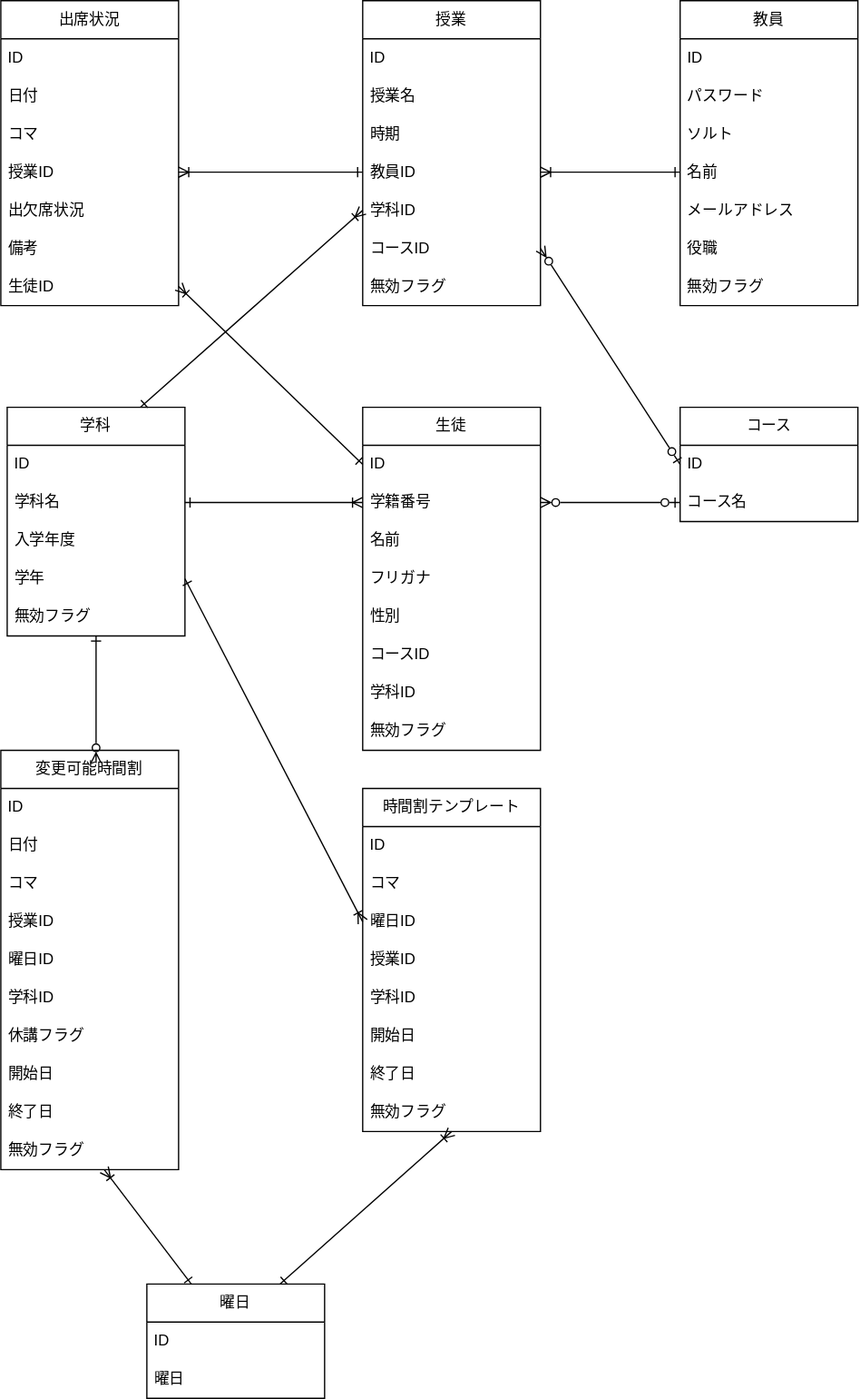
Before: データベース.drawio.svg, a diagram exported from draw.io (Raiki215/project_j). Source tidied: cells renumbered, new cells last; positions are measured from the earlier drawing's top-left corner, leaving out a move shared by most shapes.
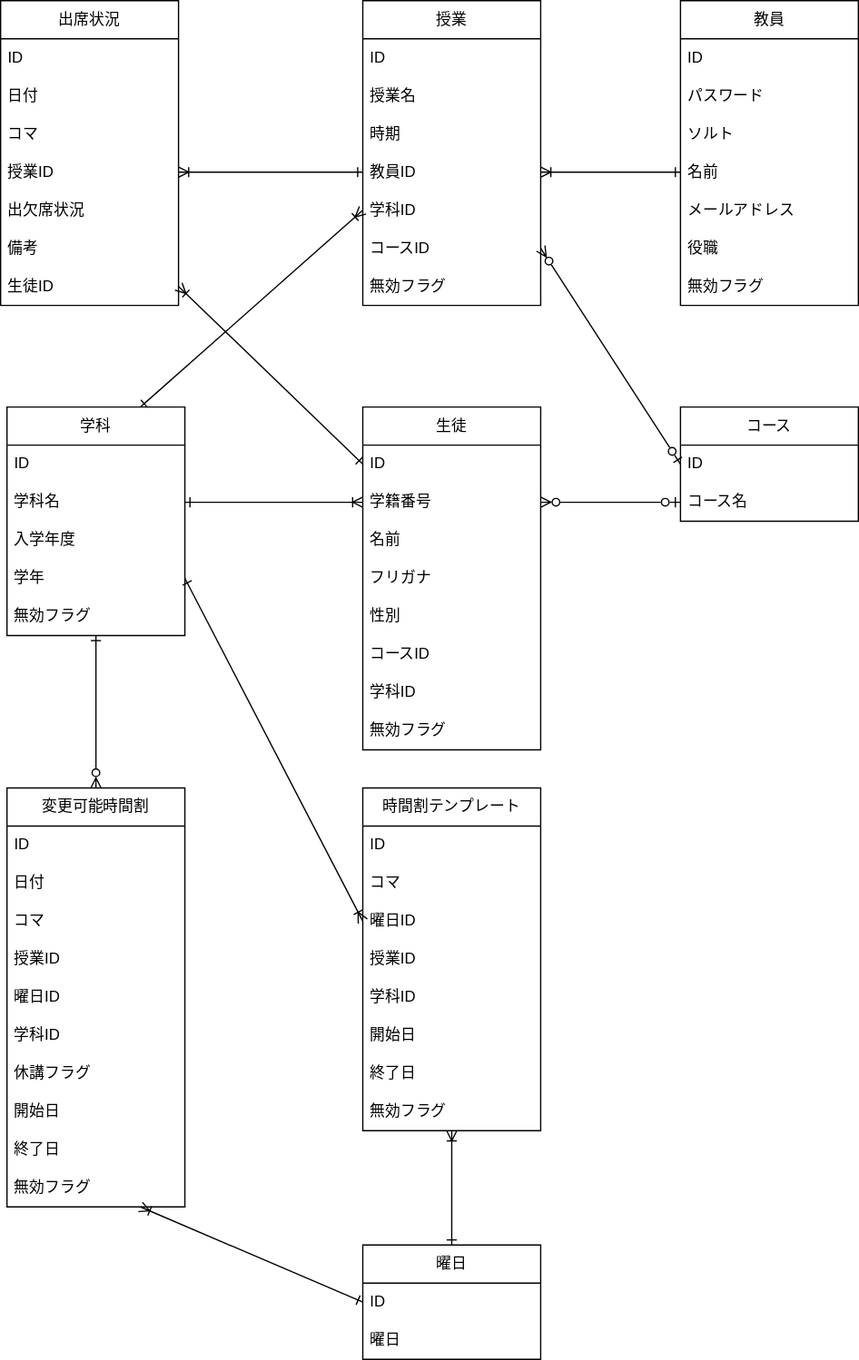
Above is the later version.

Commit message:
矢印の修正6

Change to the diagram source:
```diff
@@ -132,7 +132,7 @@
       <mxGeometry y="240" width="140" height="30" as="geometry" />
     </mxCell>
     <mxCell id="45" value="曜日" style="swimlane;fontStyle=0;horizontal=1;startSize=30;whiteSpace=wrap;html=1;" parent="1" vertex="1">
-      <mxGeometry x="115" y="1010" width="140" height="90" as="geometry" />
+      <mxGeometry x="285" y="980" width="140" height="90" as="geometry" />
     </mxCell>
     <mxCell id="46" value="ID" style="text;strokeColor=none;fillColor=none;align=left;verticalAlign=middle;spacingLeft=4;spacingRight=4;overflow=hidden;points=[[0,0.5],[1,0.5]];portConstraint=eastwest;whiteSpace=wrap;html=1;" parent="45" vertex="1">
       <mxGeometry y="30" width="140" height="30" as="geometry" />
@@ -141,7 +141,7 @@
       <mxGeometry y="60" width="140" height="30" as="geometry" />
     </mxCell>
     <mxCell id="48" value="変更可能時間割" style="swimlane;fontStyle=0;horizontal=1;startSize=30;whiteSpace=wrap;html=1;" parent="1" vertex="1">
-      <mxGeometry y="590" width="140" height="330" as="geometry" />
+      <mxGeometry x="5" y="620" width="140" height="330" as="geometry" />
     </mxCell>
     <mxCell id="49" value="ID" style="text;strokeColor=none;fillColor=none;align=left;verticalAlign=middle;spacingLeft=4;spacingRight=4;overflow=hidden;whiteSpace=wrap;html=1;" parent="48" vertex="1">
       <mxGeometry y="30" width="140" height="30" as="geometry" />
@@ -200,10 +200,9 @@
     <mxCell id="67" style="endArrow=ERoneToMany;startArrow=ERone;html=1;exitX=1;exitY=0.5;exitDx=0;exitDy=0;entryX=0;entryY=0.5;entryDx=0;entryDy=0;startFill=0;endFill=0;" parent="1" edge="1" source="6" target="39">
       <mxGeometry relative="1" as="geometry" />
     </mxCell>
-    <mxCell id="68" style="endArrow=ERzeroToMany;startArrow=ERone;html=1;startFill=0;endFill=0;" parent="1" edge="1">
+    <mxCell id="68" style="endArrow=ERzeroToMany;startArrow=ERone;html=1;startFill=0;endFill=0;entryX=0.5;entryY=0;entryDx=0;entryDy=0;" parent="1" edge="1" target="48">
       <mxGeometry relative="1" as="geometry">
         <mxPoint x="75" y="500" as="sourcePoint" />
-        <mxPoint x="75" y="600" as="targetPoint" />
       </mxGeometry>
     </mxCell>
     <mxCell id="69" style="endArrow=ERoneToMany;startArrow=ERone;html=1;startFill=0;endFill=0;entryX=0;entryY=0.5;entryDx=0;entryDy=0;exitX=1;exitY=0.5;exitDx=0;exitDy=0;" parent="1" edge="1" source="4" target="10">
@@ -227,10 +226,10 @@
     <mxCell id="75" style="endArrow=ERzeroToOne;startArrow=ERzeroToMany;html=1;exitX=1;exitY=0.5;exitDx=0;exitDy=0;endFill=0;startFill=0;entryX=0;entryY=0.5;entryDx=0;entryDy=0;" parent="1" edge="1" source="10" target="35">
       <mxGeometry relative="1" as="geometry" />
     </mxCell>
-    <mxCell id="76" style="endArrow=ERoneToMany;startArrow=ERone;html=1;exitX=0.25;exitY=0;exitDx=0;exitDy=0;startFill=0;endFill=0;" parent="1" edge="1" source="45" target="58">
+    <mxCell id="76" style="endArrow=ERoneToMany;startArrow=ERone;html=1;exitX=0;exitY=0.5;exitDx=0;exitDy=0;startFill=0;endFill=0;" parent="1" edge="1" source="46" target="58">
       <mxGeometry relative="1" as="geometry" />
     </mxCell>
-    <mxCell id="77" style="endArrow=ERoneToMany;startArrow=ERone;html=1;exitX=0.75;exitY=0;exitDx=0;exitDy=0;startFill=0;endFill=0;" parent="1" edge="1" source="45">
+    <mxCell id="77" style="endArrow=ERoneToMany;startArrow=ERone;html=1;exitX=0.5;exitY=0;exitDx=0;exitDy=0;startFill=0;endFill=0;" parent="1" edge="1" source="45">
       <mxGeometry relative="1" as="geometry">
         <mxPoint x="355" y="890" as="targetPoint" />
       </mxGeometry>
```
